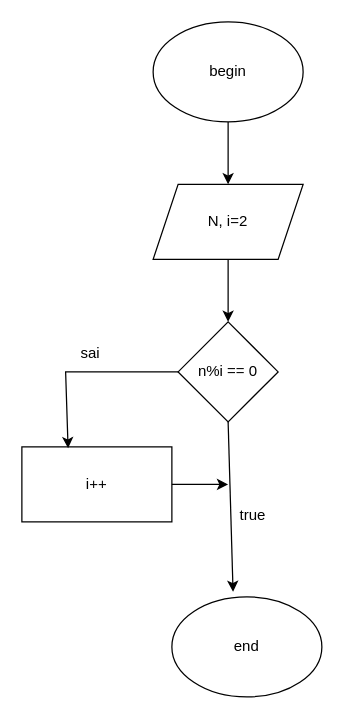
Before: Biểu đồ không có tiêu đề.drawio in khoanld-2442/abc, a draw.io diagram. Source tidied: cells renumbered, new cells numbered last; positions are measured from the earlier drawing's top-left corner, leaving out a move shared by most shapes. Both pictures are drawn from the tidied source at 125%, with x=0, y=0 at pixel (21, 21).
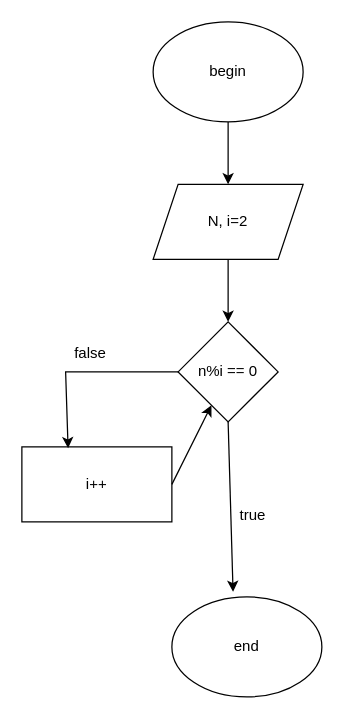
Above is the later version.

Commit message (it also covers changes not shown here):
Cập nhật Biểu đồ không có tiêu đề.drawio

The edit, as a diff of the source:
```diff
@@
 <mxGraphModel>
   <root>
     <mxCell id="0" />
     <mxCell id="1" parent="0" />
     <mxCell id="2" value="begin" style="ellipse;whiteSpace=wrap;html=1;" parent="1" vertex="1">
       <mxGeometry x="105" width="120" height="80" as="geometry" />
     </mxCell>
     <mxCell id="3" value="N, i=2" style="shape=parallelogram;perimeter=parallelogramPerimeter;whiteSpace=wrap;html=1;fixedSize=1;" parent="1" vertex="1">
       <mxGeometry x="105" y="130" width="120" height="60" as="geometry" />
     </mxCell>
     <mxCell id="4" value="n%i == 0" style="rhombus;whiteSpace=wrap;html=1;" parent="1" vertex="1">
       <mxGeometry x="125" y="240" width="80" height="80" as="geometry" />
     </mxCell>
     <mxCell id="5" value="i++" style="rounded=0;whiteSpace=wrap;html=1;" parent="1" vertex="1">
       <mxGeometry y="340" width="120" height="60" as="geometry" />
     </mxCell>
     <mxCell id="6" value="end" style="ellipse;whiteSpace=wrap;html=1;" parent="1" vertex="1">
       <mxGeometry x="120" y="460" width="120" height="80" as="geometry" />
     </mxCell>
     <mxCell id="7" style="endArrow=classic;html=1;rounded=0;exitX=0.5;exitY=1;exitDx=0;exitDy=0;entryX=0.408;entryY=-0.05;entryDx=0;entryDy=0;entryPerimeter=0;" parent="1" edge="1" source="4" target="6">
       <mxGeometry relative="1" as="geometry" />
     </mxCell>
     <mxCell id="8" style="endArrow=classic;html=1;rounded=0;exitX=0;exitY=0.5;exitDx=0;exitDy=0;entryX=0.308;entryY=0.017;entryDx=0;entryDy=0;entryPerimeter=0;" parent="1" edge="1" source="4" target="5">
       <mxGeometry relative="1" as="geometry">
         <Array as="points">
           <mxPoint x="75" y="280" />
           <mxPoint x="35" y="280" />
         </Array>
       </mxGeometry>
     </mxCell>
-    <mxCell id="9" style="endArrow=classic;html=1;rounded=0;exitX=1;exitY=0.5;exitDx=0;exitDy=0;" parent="1" edge="1" source="5">
-      <mxGeometry relative="1" as="geometry">
-        <mxPoint x="165" y="370" as="targetPoint" />
-      </mxGeometry>
+    <mxCell id="9" style="endArrow=classic;html=1;rounded=0;exitX=1;exitY=0.5;exitDx=0;exitDy=0;" parent="1" edge="1" source="5" target="4">
+      <mxGeometry relative="1" as="geometry" />
     </mxCell>
     <mxCell id="10" style="endArrow=classic;html=1;rounded=0;exitX=0.5;exitY=1;exitDx=0;exitDy=0;" parent="1" edge="1" source="2" target="3">
       <mxGeometry relative="1" as="geometry" />
     </mxCell>
     <mxCell id="11" style="endArrow=classic;html=1;rounded=0;exitX=0.5;exitY=1;exitDx=0;exitDy=0;entryX=0.5;entryY=0;entryDx=0;entryDy=0;" parent="1" edge="1" source="3" target="4">
       <mxGeometry relative="1" as="geometry" />
     </mxCell>
     <mxCell id="12" value="true" style="text;html=1;strokeColor=none;fillColor=none;align=center;verticalAlign=middle;whiteSpace=wrap;rounded=0;" parent="1" vertex="1">
       <mxGeometry x="155" y="380" width="60" height="30" as="geometry" />
     </mxCell>
-    <mxCell id="13" value="sai" style="text;html=1;strokeColor=none;fillColor=none;align=center;verticalAlign=middle;whiteSpace=wrap;rounded=0;" parent="1" vertex="1">
+    <mxCell id="13" value="false" style="text;html=1;strokeColor=none;fillColor=none;align=center;verticalAlign=middle;whiteSpace=wrap;rounded=0;" parent="1" vertex="1">
       <mxGeometry x="25" y="250" width="60" height="30" as="geometry" />
     </mxCell>
   </root>
 </mxGraphModel>
```
